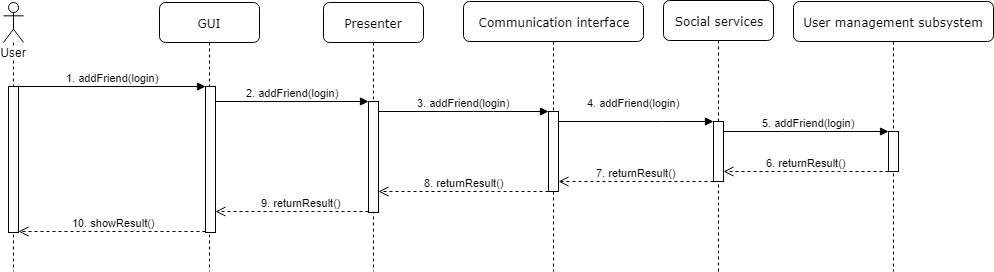
Before: Documents/images/addFriend.png, a diagram exported from draw.io (dorotatomczak/TravelPlannerApp). Source tidied: cells renumbered, new cells last; positions are measured from the earlier drawing's top-left corner, leaving out a move shared by most shapes.
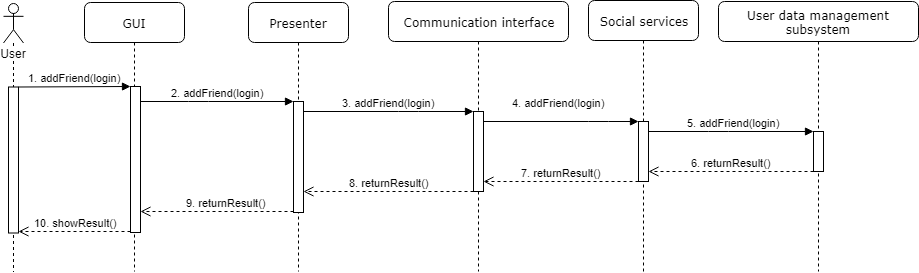
After the commit.

Change to the diagram source:
```diff
@@ -9,7 +9,7 @@
       <mxGeometry x="46" y="84" width="10" height="146" as="geometry" />
     </mxCell>
     <mxCell id="4" value="User" style="shape=umlLifeline;participant=umlActor;perimeter=lifelinePerimeter;whiteSpace=wrap;html=1;verticalAlign=top;spacingTop=36;labelBackgroundColor=#ffffff;" parent="1" vertex="1">
-      <mxGeometry y="2" width="20" height="269" as="geometry" />
+      <mxGeometry x="75" y="2.5" width="20" height="269" as="geometry" />
     </mxCell>
     <mxCell id="5" style="html=1;points=[];perimeter=orthogonalPerimeter;" parent="4" vertex="1">
       <mxGeometry x="5" y="84" width="10" height="146" as="geometry" />
@@ -20,7 +20,7 @@
     <mxCell id="7" style="html=1;points=[];perimeter=orthogonalPerimeter;" parent="6" vertex="1">
       <mxGeometry x="85" y="110" width="10" height="80" as="geometry" />
     </mxCell>
-    <mxCell id="8" value="User management subsystem" style="shape=umlLifeline;perimeter=lifelinePerimeter;whiteSpace=wrap;html=1;rounded=1;shadow=0;comic=0;labelBackgroundColor=none;strokeColor=#000000;strokeWidth=1;fillColor=#FFFFFF;fontFamily=Verdana;fontSize=12;fontColor=#000000;align=center;" parent="1" vertex="1">
+    <mxCell id="8" value="User data management subsystem" style="shape=umlLifeline;perimeter=lifelinePerimeter;whiteSpace=wrap;html=1;rounded=1;shadow=0;comic=0;labelBackgroundColor=none;strokeColor=#000000;strokeWidth=1;fillColor=#FFFFFF;fontFamily=Verdana;fontSize=12;fontColor=#000000;align=center;" parent="1" vertex="1">
       <mxGeometry x="790" y="1" width="200" height="270" as="geometry" />
     </mxCell>
     <mxCell id="9" style="html=1;points=[];perimeter=orthogonalPerimeter;" parent="8" vertex="1">
```
